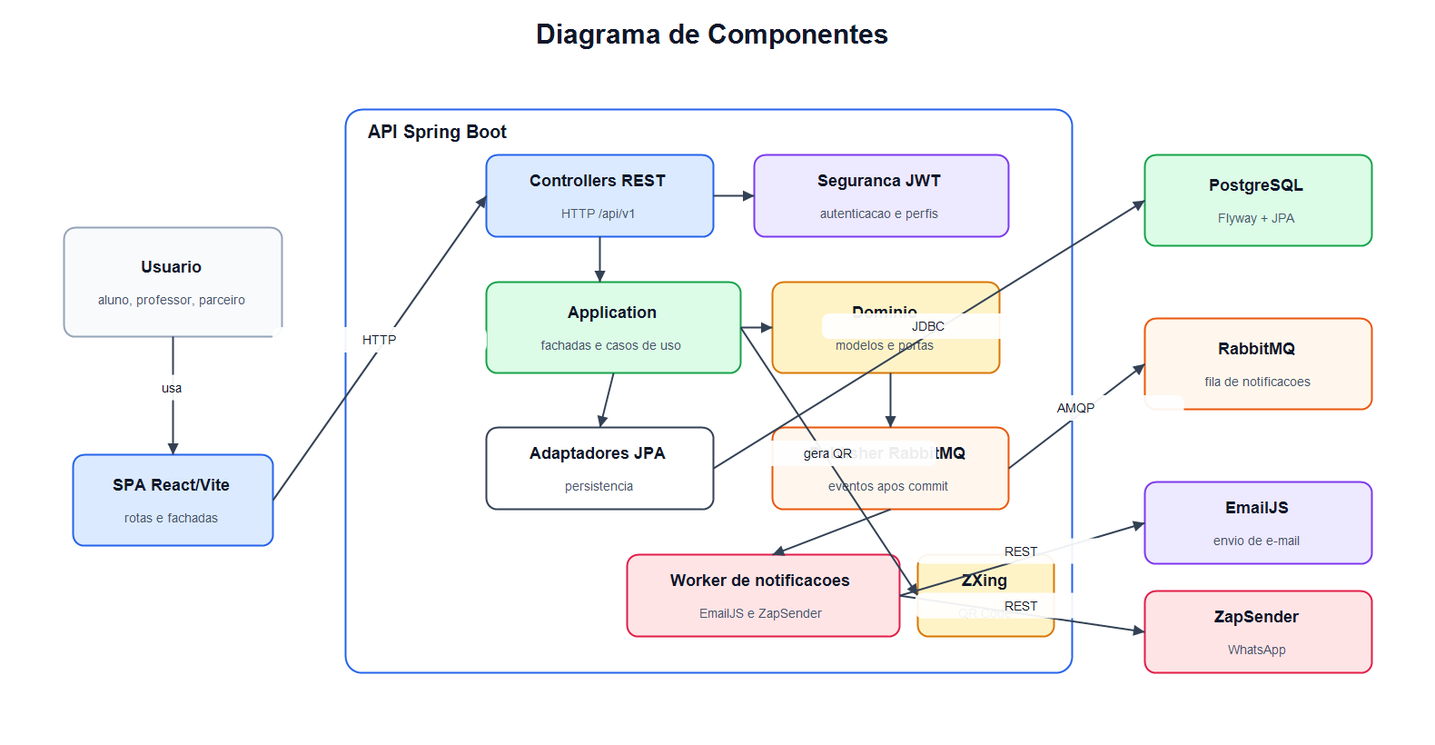
LaraCarvalho00/sistema-moeda-estudantil keeps this PlantUML diagram as docs/uml/imagens/componentes.png. Above is the earlier version. Its source is kept beside it as docs/uml/codigos/componentes.puml. Source of this version:
```plantuml
@startuml
!theme plain
left to right direction

actor "Usuario" as User

node "Browser" {
  component "SPA React/Vite" as SPA
}

node "API Spring Boot" {
  component "Controllers REST" as REST
  component "Camada Application\n(Fachadas e casos de uso)" as APP
  component "Dominio\n(Modelos e Portas)" as DOM
  component "Adaptadores JPA" as JPA
  component "Seguranca JWT" as JWT
  component "Publisher RabbitMQ" as PUB
  component "Worker de notificacoes" as WORKER
  component "Gerador QR Code\nZXing" as QR
}

database "PostgreSQL" as DB
queue "RabbitMQ\nmoeda.notifications.email" as MQ
cloud "EmailJS" as EMAIL
cloud "ZapSender\nWhatsApp" as ZAP

User --> SPA
SPA --> REST : HTTP /api/v1
REST --> JWT
REST --> APP
APP --> DOM
APP --> JPA
JPA --> DB
APP --> QR : cupom unico
APP --> PUB : evento apos commit
PUB --> MQ
MQ --> WORKER
WORKER --> EMAIL : REST
WORKER --> ZAP : REST

note bottom of MQ
  RabbitMQ separa o fluxo de negocio
  dos envios externos de notificacao.
end note

@enduml
```
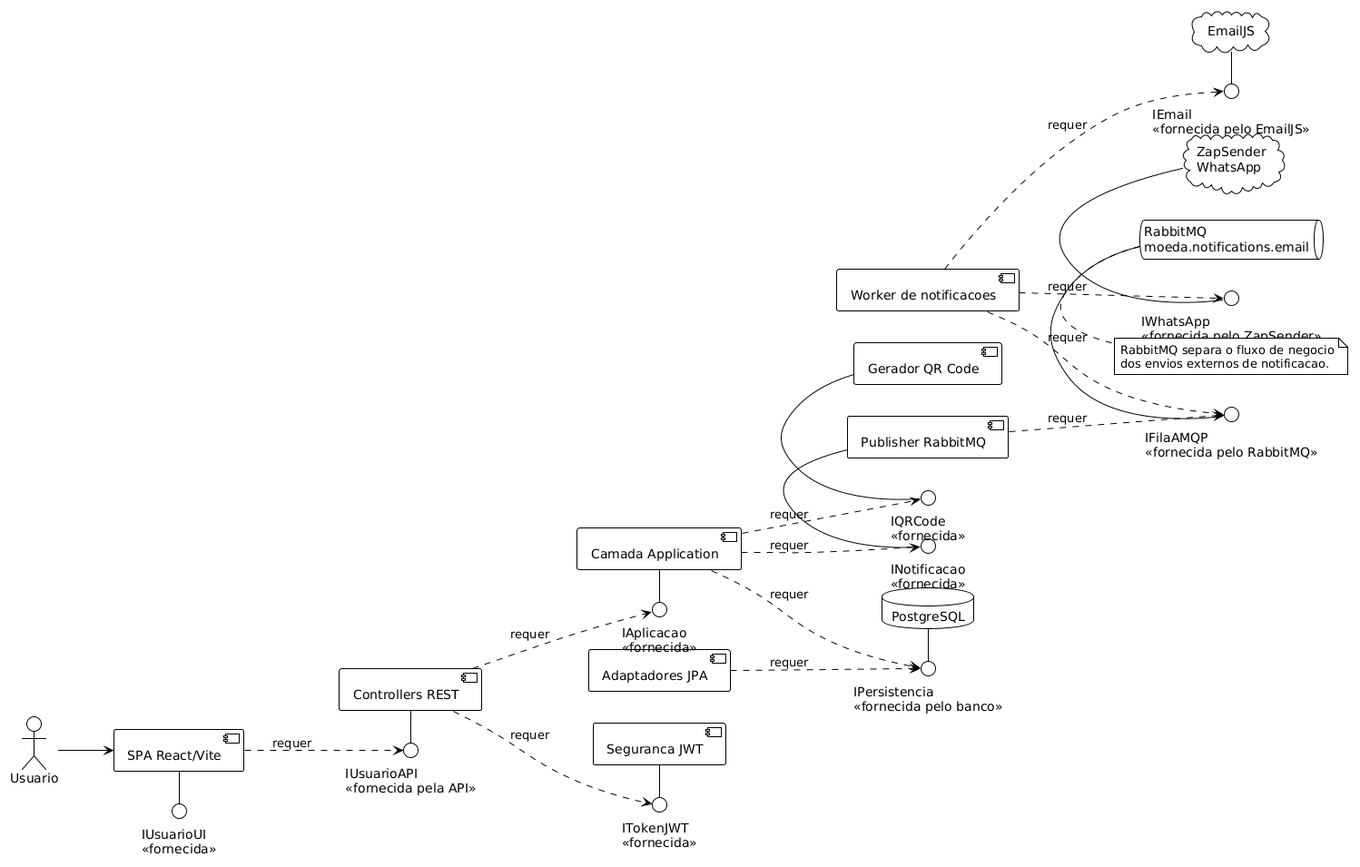
The same diagram one commit later.

The edit, as a diff of the source:
```diff
@@ -4,39 +4,54 @@
 
 actor "Usuario" as User
 
-node "Browser" {
-  component "SPA React/Vite" as SPA
-}
-
-node "API Spring Boot" {
-  component "Controllers REST" as REST
-  component "Camada Application\n(Fachadas e casos de uso)" as APP
-  component "Dominio\n(Modelos e Portas)" as DOM
-  component "Adaptadores JPA" as JPA
-  component "Seguranca JWT" as JWT
-  component "Publisher RabbitMQ" as PUB
-  component "Worker de notificacoes" as WORKER
-  component "Gerador QR Code\nZXing" as QR
-}
+component "SPA React/Vite" as SPA
+component "Controllers REST" as REST
+component "Camada Application" as APP
+component "Adaptadores JPA" as JPA
+component "Seguranca JWT" as JWT
+component "Publisher RabbitMQ" as PUB
+component "Worker de notificacoes" as WORKER
+component "Gerador QR Code" as QR
 
 database "PostgreSQL" as DB
 queue "RabbitMQ\nmoeda.notifications.email" as MQ
 cloud "EmailJS" as EMAIL
 cloud "ZapSender\nWhatsApp" as ZAP
 
+interface "IUsuarioUI\n<<fornecida>>" as IUI
+interface "IUsuarioAPI\n<<fornecida pela API>>" as IAPI
+interface "IAplicacao\n<<fornecida>>" as IAPP
+interface "IPersistencia\n<<fornecida pelo banco>>" as IDB
+interface "ITokenJWT\n<<fornecida>>" as ITOKEN
+interface "INotificacao\n<<fornecida>>" as INOTIF
+interface "IFilaAMQP\n<<fornecida pelo RabbitMQ>>" as IAMQP
+interface "IEmail\n<<fornecida pelo EmailJS>>" as IEMAIL
+interface "IWhatsApp\n<<fornecida pelo ZapSender>>" as IZAP
+interface "IQRCode\n<<fornecida>>" as IQR
+
 User --> SPA
-SPA --> REST : HTTP /api/v1
-REST --> JWT
-REST --> APP
-APP --> DOM
-APP --> JPA
-JPA --> DB
-APP --> QR : cupom unico
-APP --> PUB : evento apos commit
-PUB --> MQ
-MQ --> WORKER
-WORKER --> EMAIL : REST
-WORKER --> ZAP : REST
+SPA - IUI
+REST - IAPI
+APP - IAPP
+JWT - ITOKEN
+PUB - INOTIF
+QR - IQR
+DB - IDB
+MQ - IAMQP
+EMAIL - IEMAIL
+ZAP - IZAP
+
+SPA ..> IAPI : requer
+REST ..> ITOKEN : requer
+REST ..> IAPP : requer
+APP ..> IDB : requer
+JPA ..> IDB : requer
+APP ..> INOTIF : requer
+APP ..> IQR : requer
+PUB ..> IAMQP : requer
+WORKER ..> IAMQP : requer
+WORKER ..> IEMAIL : requer
+WORKER ..> IZAP : requer
 
 note bottom of MQ
   RabbitMQ separa o fluxo de negocio
```
